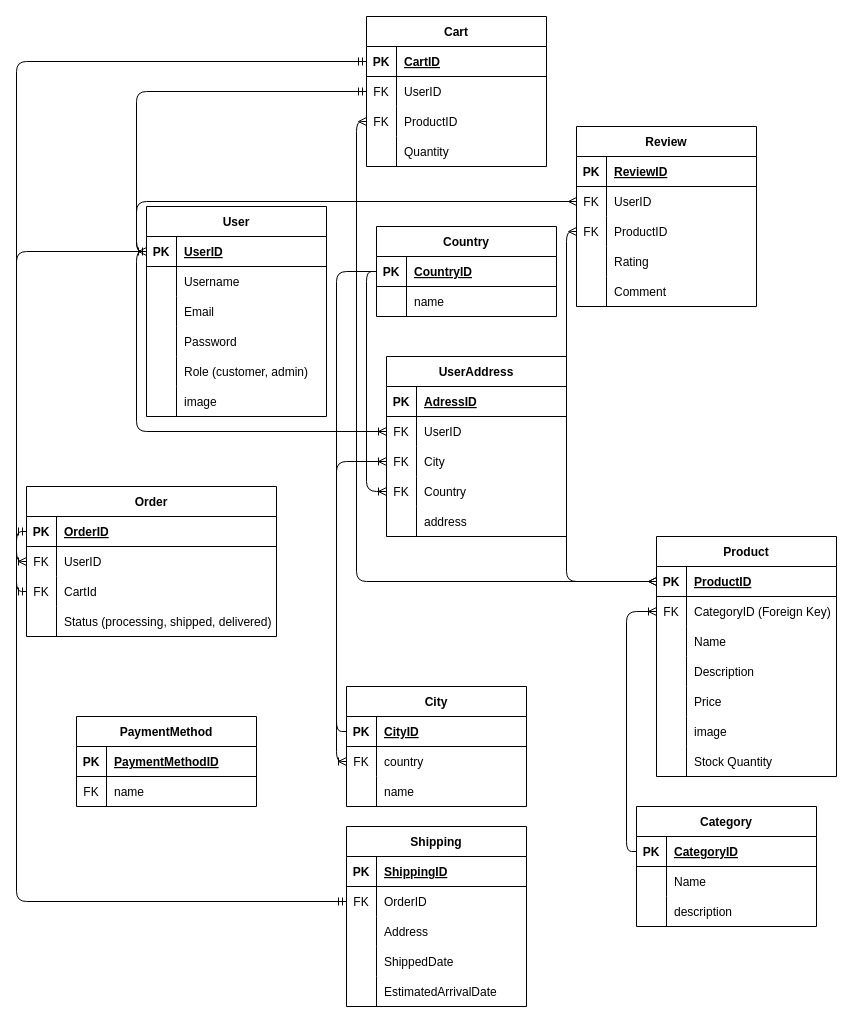
Before: ERP.dio in Sameh-Sany/ecommerce_Nosql, a draw.io diagram. Source tidied: cells renumbered, new cells numbered last; positions are measured from the earlier drawing's top-left corner, leaving out a move shared by most shapes. Both pictures are drawn from the tidied source at 100%, with x=0, y=0 at pixel (26, 16).
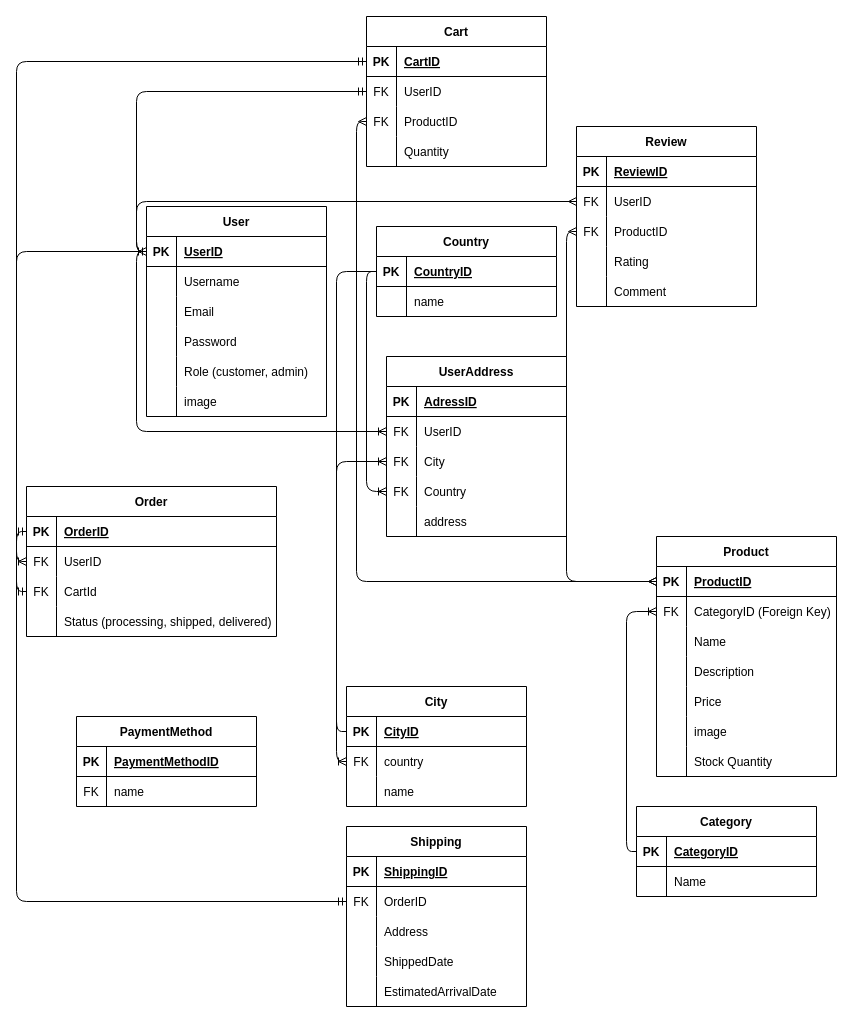
The same diagram, later.

Diff of the diagram source:
```diff
@@
     <mxCell id="56" value="Category" style="shape=table;startSize=30;childLayout=tableLayout;rowLines=0;fontStyle=1;align=center;" parent="1" vertex="1">
-      <mxGeometry x="610" y="790" width="180" height="120" as="geometry" />
+      <mxGeometry x="610" y="790" width="180" height="90" as="geometry" />
     </mxCell>
@@
-    <mxCell id="63" style="shape=tableRow;horizontal=0;startSize=0;swimlaneHead=0;swimlaneBody=0;fillColor=none;top=0;left=0;right=0;bottom=0;" parent="56" vertex="1">
-      <mxGeometry y="90" width="180" height="30" as="geometry" />
-    </mxCell>
-    <mxCell id="64" style="shape=partialRectangle;fillColor=none;top=0;left=0;bottom=0;right=0;overflow=hidden;" parent="63" vertex="1">
-      <mxGeometry width="30" height="30" as="geometry" />
-    </mxCell>
-    <mxCell id="65" value="description" style="shape=partialRectangle;fillColor=none;top=0;left=0;bottom=0;right=0;align=left;spacingLeft=6;overflow=hidden;" parent="63" vertex="1">
-      <mxGeometry x="30" width="150" height="30" as="geometry" />
-    </mxCell>
```
